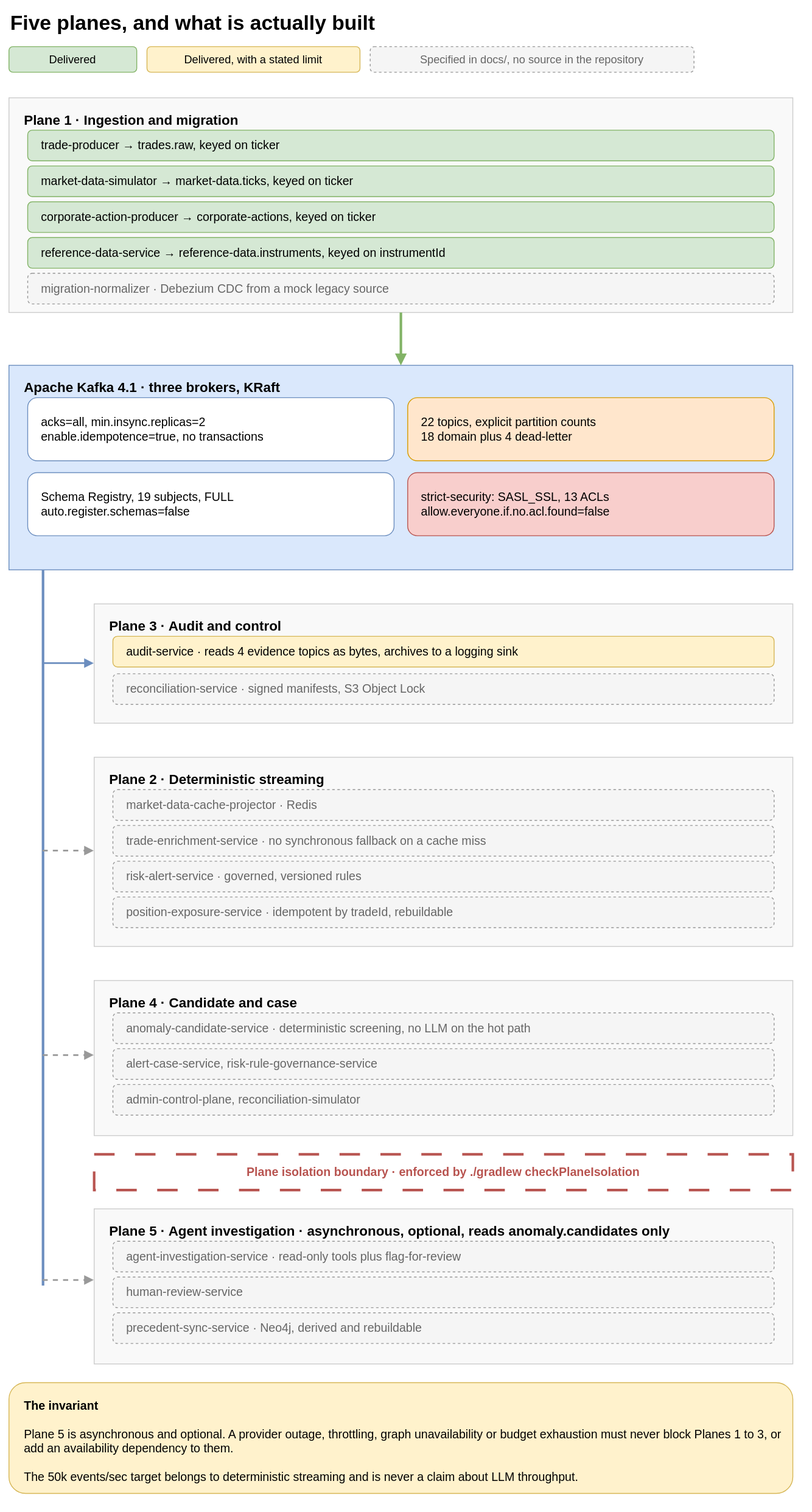
salgotraja/financial-event-streaming-platform keeps this draw.io diagram as guide/docs/diagrams/five-planes.svg. Above is the earlier version. Source tidied: cells renumbered, new cells last; positions are measured from the earlier drawing's top-left corner, leaving out a move shared by most shapes. The source it was exported from:
```xml
<mxGraphModel>
  <root>
    <mxCell id="0" />
    <mxCell id="1" parent="0" />
    <mxCell id="2" value="Five planes, and what is actually built" style="text;html=1;strokeColor=none;fillColor=none;align=left;verticalAlign=middle;fontSize=24;fontStyle=1;" parent="1" vertex="1">
      <mxGeometry width="900" height="34" as="geometry" />
    </mxCell>
    <mxCell id="3" value="Delivered" style="rounded=1;whiteSpace=wrap;html=1;fillColor=#d5e8d4;strokeColor=#82b366;fontSize=13;" parent="1" vertex="1">
      <mxGeometry y="44" width="150" height="30" as="geometry" />
    </mxCell>
    <mxCell id="4" value="Delivered, with a stated limit" style="rounded=1;whiteSpace=wrap;html=1;fillColor=#fff2cc;strokeColor=#d6b656;fontSize=13;" parent="1" vertex="1">
      <mxGeometry x="162" y="44" width="250" height="30" as="geometry" />
    </mxCell>
    <mxCell id="5" value="Specified in docs/, no source in the repository" style="rounded=1;whiteSpace=wrap;html=1;fillColor=#f5f5f5;strokeColor=#999999;fontColor=#666666;dashed=1;fontSize=13;" parent="1" vertex="1">
      <mxGeometry x="424" y="44" width="380" height="30" as="geometry" />
    </mxCell>
    <mxCell id="6" value="Plane 1 · Ingestion and migration" style="rounded=0;whiteSpace=wrap;html=1;fillColor=#f9f9f9;strokeColor=#cccccc;verticalAlign=top;align=left;spacingLeft=16;spacingTop=10;fontSize=16;fontStyle=1;" parent="1" vertex="1">
      <mxGeometry y="104" width="920" height="252" as="geometry" />
    </mxCell>
    <mxCell id="7" value="trade-producer → trades.raw, keyed on ticker" style="rounded=1;whiteSpace=wrap;html=1;fillColor=#d5e8d4;strokeColor=#82b366;fontSize=14;align=left;spacingLeft=14;" parent="1" vertex="1">
      <mxGeometry x="22" y="142" width="876" height="36" as="geometry" />
    </mxCell>
    <mxCell id="8" value="market-data-simulator → market-data.ticks, keyed on ticker" style="rounded=1;whiteSpace=wrap;html=1;fillColor=#d5e8d4;strokeColor=#82b366;fontSize=14;align=left;spacingLeft=14;" parent="1" vertex="1">
      <mxGeometry x="22" y="184" width="876" height="36" as="geometry" />
    </mxCell>
    <mxCell id="9" value="corporate-action-producer → corporate-actions, keyed on ticker" style="rounded=1;whiteSpace=wrap;html=1;fillColor=#d5e8d4;strokeColor=#82b366;fontSize=14;align=left;spacingLeft=14;" parent="1" vertex="1">
      <mxGeometry x="22" y="226" width="876" height="36" as="geometry" />
    </mxCell>
    <mxCell id="10" value="reference-data-service → reference-data.instruments, keyed on instrumentId" style="rounded=1;whiteSpace=wrap;html=1;fillColor=#d5e8d4;strokeColor=#82b366;fontSize=14;align=left;spacingLeft=14;" parent="1" vertex="1">
      <mxGeometry x="22" y="268" width="876" height="36" as="geometry" />
    </mxCell>
    <mxCell id="11" value="migration-normalizer · Debezium CDC from a mock legacy source" style="rounded=1;whiteSpace=wrap;html=1;fillColor=#f5f5f5;strokeColor=#999999;fontColor=#666666;dashed=1;fontSize=14;align=left;spacingLeft=14;" parent="1" vertex="1">
      <mxGeometry x="22" y="310" width="876" height="36" as="geometry" />
    </mxCell>
    <mxCell id="12" value="Apache Kafka 4.1 · three brokers, KRaft" style="rounded=0;whiteSpace=wrap;html=1;fillColor=#dae8fc;strokeColor=#6c8ebf;verticalAlign=top;align=left;spacingLeft=16;spacingTop=10;fontSize=16;fontStyle=1;" parent="1" vertex="1">
      <mxGeometry y="418" width="920" height="240" as="geometry" />
    </mxCell>
    <mxCell id="13" value="acks=all, min.insync.replicas=2&lt;br&gt;enable.idempotence=true, no transactions" style="rounded=1;whiteSpace=wrap;html=1;fillColor=#ffffff;strokeColor=#6c8ebf;fontSize=14;align=left;spacingLeft=14;verticalAlign=middle;" parent="1" vertex="1">
      <mxGeometry x="22" y="456" width="430" height="74" as="geometry" />
    </mxCell>
    <mxCell id="14" value="22 topics, explicit partition counts&lt;br&gt;18 domain plus 4 dead-letter" style="rounded=1;whiteSpace=wrap;html=1;fillColor=#ffe6cc;strokeColor=#d79b00;fontSize=14;align=left;spacingLeft=14;verticalAlign=middle;" parent="1" vertex="1">
      <mxGeometry x="468" y="456" width="430" height="74" as="geometry" />
    </mxCell>
    <mxCell id="15" value="Schema Registry, 19 subjects, FULL&lt;br&gt;auto.register.schemas=false" style="rounded=1;whiteSpace=wrap;html=1;fillColor=#ffffff;strokeColor=#6c8ebf;fontSize=14;align=left;spacingLeft=14;verticalAlign=middle;" parent="1" vertex="1">
      <mxGeometry x="22" y="544" width="430" height="74" as="geometry" />
    </mxCell>
    <mxCell id="16" value="strict-security: SASL_SSL, 13 ACLs&lt;br&gt;allow.everyone.if.no.acl.found=false" style="rounded=1;whiteSpace=wrap;html=1;fillColor=#f8cecc;strokeColor=#b85450;fontSize=14;align=left;spacingLeft=14;verticalAlign=middle;" parent="1" vertex="1">
      <mxGeometry x="468" y="544" width="430" height="74" as="geometry" />
    </mxCell>
    <mxCell id="17" style="edgeStyle=orthogonalEdgeStyle;rounded=0;html=1;strokeColor=#82b366;endArrow=block;strokeWidth=3;" parent="1" edge="1" source="6" target="12">
      <mxGeometry relative="1" as="geometry" />
    </mxCell>
    <mxCell id="18" style="html=1;endArrow=none;strokeColor=#6c8ebf;strokeWidth=3;" parent="1" edge="1">
      <mxGeometry relative="1" as="geometry">
        <mxPoint x="40" y="658" as="sourcePoint" />
        <mxPoint x="40" y="1498" as="targetPoint" />
      </mxGeometry>
    </mxCell>
    <mxCell id="19" value="Plane 3 · Audit and control" style="rounded=0;whiteSpace=wrap;html=1;fillColor=#f9f9f9;strokeColor=#cccccc;verticalAlign=top;align=left;spacingLeft=16;spacingTop=10;fontSize=16;fontStyle=1;" parent="1" vertex="1">
      <mxGeometry x="100" y="698" width="820" height="140" as="geometry" />
    </mxCell>
    <mxCell id="20" value="audit-service · reads 4 evidence topics as bytes, archives to a logging sink" style="rounded=1;whiteSpace=wrap;html=1;fillColor=#fff2cc;strokeColor=#d6b656;fontSize=14;align=left;spacingLeft=14;" parent="1" vertex="1">
      <mxGeometry x="122" y="736" width="776" height="36" as="geometry" />
    </mxCell>
    <mxCell id="21" value="reconciliation-service · signed manifests, S3 Object Lock" style="rounded=1;whiteSpace=wrap;html=1;fillColor=#f5f5f5;strokeColor=#999999;fontColor=#666666;dashed=1;fontSize=14;align=left;spacingLeft=14;" parent="1" vertex="1">
      <mxGeometry x="122" y="780" width="776" height="36" as="geometry" />
    </mxCell>
    <mxCell id="22" value="Plane 2 · Deterministic streaming" style="rounded=0;whiteSpace=wrap;html=1;fillColor=#f9f9f9;strokeColor=#cccccc;verticalAlign=top;align=left;spacingLeft=16;spacingTop=10;fontSize=16;fontStyle=1;" parent="1" vertex="1">
      <mxGeometry x="100" y="878" width="820" height="222" as="geometry" />
    </mxCell>
    <mxCell id="23" value="market-data-cache-projector · Redis" style="rounded=1;whiteSpace=wrap;html=1;fillColor=#f5f5f5;strokeColor=#999999;fontColor=#666666;dashed=1;fontSize=14;align=left;spacingLeft=14;" parent="1" vertex="1">
      <mxGeometry x="122" y="916" width="776" height="36" as="geometry" />
    </mxCell>
    <mxCell id="24" value="trade-enrichment-service · no synchronous fallback on a cache miss" style="rounded=1;whiteSpace=wrap;html=1;fillColor=#f5f5f5;strokeColor=#999999;fontColor=#666666;dashed=1;fontSize=14;align=left;spacingLeft=14;" parent="1" vertex="1">
      <mxGeometry x="122" y="958" width="776" height="36" as="geometry" />
    </mxCell>
    <mxCell id="25" value="risk-alert-service · governed, versioned rules" style="rounded=1;whiteSpace=wrap;html=1;fillColor=#f5f5f5;strokeColor=#999999;fontColor=#666666;dashed=1;fontSize=14;align=left;spacingLeft=14;" parent="1" vertex="1">
      <mxGeometry x="122" y="1000" width="776" height="36" as="geometry" />
    </mxCell>
    <mxCell id="26" value="position-exposure-service · idempotent by tradeId, rebuildable" style="rounded=1;whiteSpace=wrap;html=1;fillColor=#f5f5f5;strokeColor=#999999;fontColor=#666666;dashed=1;fontSize=14;align=left;spacingLeft=14;" parent="1" vertex="1">
      <mxGeometry x="122" y="1042" width="776" height="36" as="geometry" />
    </mxCell>
    <mxCell id="27" value="Plane 4 · Candidate and case" style="rounded=0;whiteSpace=wrap;html=1;fillColor=#f9f9f9;strokeColor=#cccccc;verticalAlign=top;align=left;spacingLeft=16;spacingTop=10;fontSize=16;fontStyle=1;" parent="1" vertex="1">
      <mxGeometry x="100" y="1140" width="820" height="182" as="geometry" />
    </mxCell>
    <mxCell id="28" value="anomaly-candidate-service · deterministic screening, no LLM on the hot path" style="rounded=1;whiteSpace=wrap;html=1;fillColor=#f5f5f5;strokeColor=#999999;fontColor=#666666;dashed=1;fontSize=14;align=left;spacingLeft=14;" parent="1" vertex="1">
      <mxGeometry x="122" y="1178" width="776" height="36" as="geometry" />
    </mxCell>
    <mxCell id="29" value="alert-case-service, risk-rule-governance-service" style="rounded=1;whiteSpace=wrap;html=1;fillColor=#f5f5f5;strokeColor=#999999;fontColor=#666666;dashed=1;fontSize=14;align=left;spacingLeft=14;" parent="1" vertex="1">
      <mxGeometry x="122" y="1220" width="776" height="36" as="geometry" />
    </mxCell>
    <mxCell id="30" value="admin-control-plane, reconciliation-simulator" style="rounded=1;whiteSpace=wrap;html=1;fillColor=#f5f5f5;strokeColor=#999999;fontColor=#666666;dashed=1;fontSize=14;align=left;spacingLeft=14;" parent="1" vertex="1">
      <mxGeometry x="122" y="1262" width="776" height="36" as="geometry" />
    </mxCell>
    <mxCell id="31" value="Plane isolation boundary · enforced by ./gradlew checkPlaneIsolation" style="rounded=0;whiteSpace=wrap;html=1;fillColor=none;strokeColor=#b85450;dashed=1;dashPattern=8 8;strokeWidth=3;verticalAlign=middle;align=center;fontSize=14;fontStyle=1;fontColor=#b85450;" parent="1" vertex="1">
      <mxGeometry x="100" y="1344" width="820" height="42" as="geometry" />
    </mxCell>
    <mxCell id="32" value="Plane 5 · Agent investigation · asynchronous, optional, reads anomaly.candidates only" style="rounded=0;whiteSpace=wrap;html=1;fillColor=#f9f9f9;strokeColor=#cccccc;verticalAlign=top;align=left;spacingLeft=16;spacingTop=10;fontSize=16;fontStyle=1;" parent="1" vertex="1">
      <mxGeometry x="100" y="1408" width="820" height="182" as="geometry" />
    </mxCell>
    <mxCell id="33" value="agent-investigation-service · read-only tools plus flag-for-review" style="rounded=1;whiteSpace=wrap;html=1;fillColor=#f5f5f5;strokeColor=#999999;fontColor=#666666;dashed=1;fontSize=14;align=left;spacingLeft=14;" parent="1" vertex="1">
      <mxGeometry x="122" y="1446" width="776" height="36" as="geometry" />
    </mxCell>
    <mxCell id="34" value="human-review-service" style="rounded=1;whiteSpace=wrap;html=1;fillColor=#f5f5f5;strokeColor=#999999;fontColor=#666666;dashed=1;fontSize=14;align=left;spacingLeft=14;" parent="1" vertex="1">
      <mxGeometry x="122" y="1488" width="776" height="36" as="geometry" />
    </mxCell>
    <mxCell id="35" value="precedent-sync-service · Neo4j, derived and rebuildable" style="rounded=1;whiteSpace=wrap;html=1;fillColor=#f5f5f5;strokeColor=#999999;fontColor=#666666;dashed=1;fontSize=14;align=left;spacingLeft=14;" parent="1" vertex="1">
      <mxGeometry x="122" y="1530" width="776" height="36" as="geometry" />
    </mxCell>
    <mxCell id="36" style="html=1;endArrow=block;strokeColor=#6c8ebf;strokeWidth=2;" parent="1" edge="1">
      <mxGeometry relative="1" as="geometry">
        <mxPoint x="40" y="768" as="sourcePoint" />
        <mxPoint x="100" y="768" as="targetPoint" />
      </mxGeometry>
    </mxCell>
    <mxCell id="37" style="html=1;endArrow=block;strokeColor=#999999;strokeWidth=2;dashed=1;" parent="1" edge="1">
      <mxGeometry relative="1" as="geometry">
        <mxPoint x="40" y="988" as="sourcePoint" />
        <mxPoint x="100" y="988" as="targetPoint" />
      </mxGeometry>
    </mxCell>
    <mxCell id="38" style="html=1;endArrow=block;strokeColor=#999999;strokeWidth=2;dashed=1;" parent="1" edge="1">
      <mxGeometry relative="1" as="geometry">
        <mxPoint x="40" y="1228" as="sourcePoint" />
        <mxPoint x="100" y="1228" as="targetPoint" />
      </mxGeometry>
    </mxCell>
    <mxCell id="39" style="html=1;endArrow=block;strokeColor=#999999;strokeWidth=2;dashed=1;" parent="1" edge="1">
      <mxGeometry relative="1" as="geometry">
        <mxPoint x="40" y="1492" as="sourcePoint" />
        <mxPoint x="100" y="1492" as="targetPoint" />
      </mxGeometry>
    </mxCell>
    <mxCell id="40" value="&lt;b&gt;The invariant&lt;/b&gt;&lt;br&gt;&lt;br&gt;Plane 5 is asynchronous and optional. A provider outage, throttling, graph unavailability or budget exhaustion must never block Planes 1 to 3, or add an availability dependency to them.&lt;br&gt;&lt;br&gt;The 50k events/sec target belongs to deterministic streaming and is never a claim about LLM throughput." style="rounded=1;whiteSpace=wrap;html=1;fillColor=#fff2cc;strokeColor=#d6b656;align=left;spacingLeft=16;verticalAlign=top;spacingTop=12;fontSize=14;" parent="1" vertex="1">
      <mxGeometry y="1612" width="920" height="130" as="geometry" />
    </mxCell>
  </root>
</mxGraphModel>
```
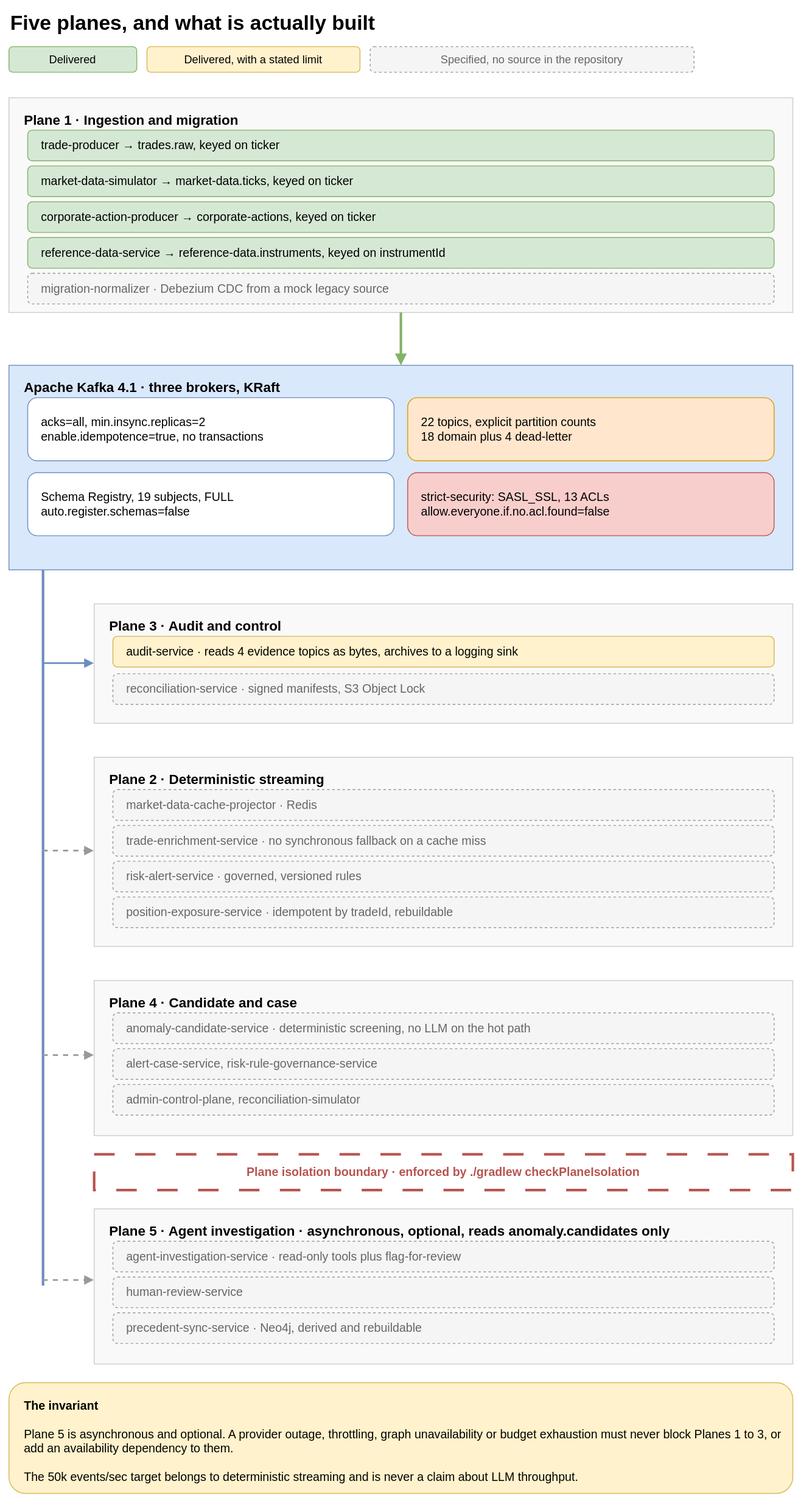
Later version of the same file.

Commit message:
docs(guide): stop citing design documents that are not in the repository

Diff of the diagram source:
```diff
@@ -11,7 +11,7 @@
     <mxCell id="4" value="Delivered, with a stated limit" style="rounded=1;whiteSpace=wrap;html=1;fillColor=#fff2cc;strokeColor=#d6b656;fontSize=13;" parent="1" vertex="1">
       <mxGeometry x="162" y="44" width="250" height="30" as="geometry" />
     </mxCell>
-    <mxCell id="5" value="Specified in docs/, no source in the repository" style="rounded=1;whiteSpace=wrap;html=1;fillColor=#f5f5f5;strokeColor=#999999;fontColor=#666666;dashed=1;fontSize=13;" parent="1" vertex="1">
+    <mxCell id="5" value="Specified, no source in the repository" style="rounded=1;whiteSpace=wrap;html=1;fillColor=#f5f5f5;strokeColor=#999999;fontColor=#666666;dashed=1;fontSize=13;" parent="1" vertex="1">
       <mxGeometry x="424" y="44" width="380" height="30" as="geometry" />
     </mxCell>
     <mxCell id="6" value="Plane 1 · Ingestion and migration" style="rounded=0;whiteSpace=wrap;html=1;fillColor=#f9f9f9;strokeColor=#cccccc;verticalAlign=top;align=left;spacingLeft=16;spacingTop=10;fontSize=16;fontStyle=1;" parent="1" vertex="1">
```
